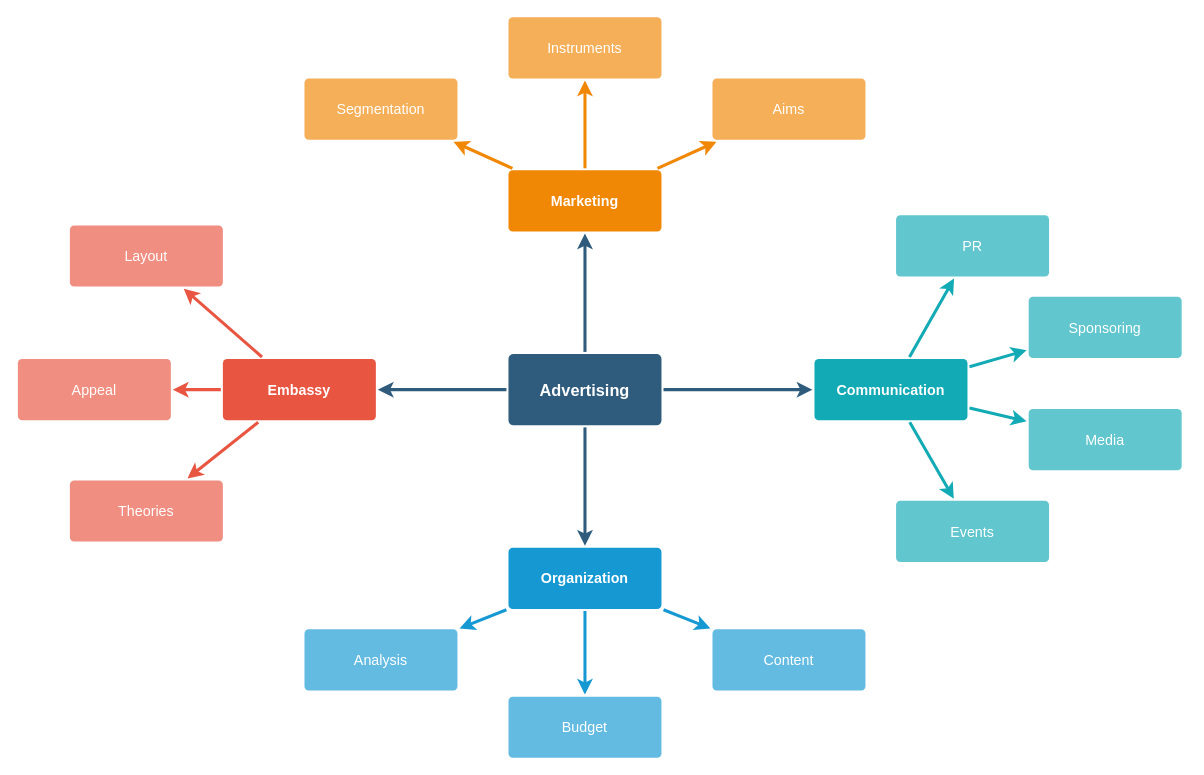
The draw.io diagram Biểu đồ không có tiêu đề.drawio in PanJr0109/PanJr0109, before the edit. Source tidied: cells renumbered, new cells numbered last; positions are measured from the earlier drawing's top-left corner, leaving out a move shared by most shapes. Both pictures are drawn from the tidied source at 102%, with x=0, y=0 at pixel (17, 16).
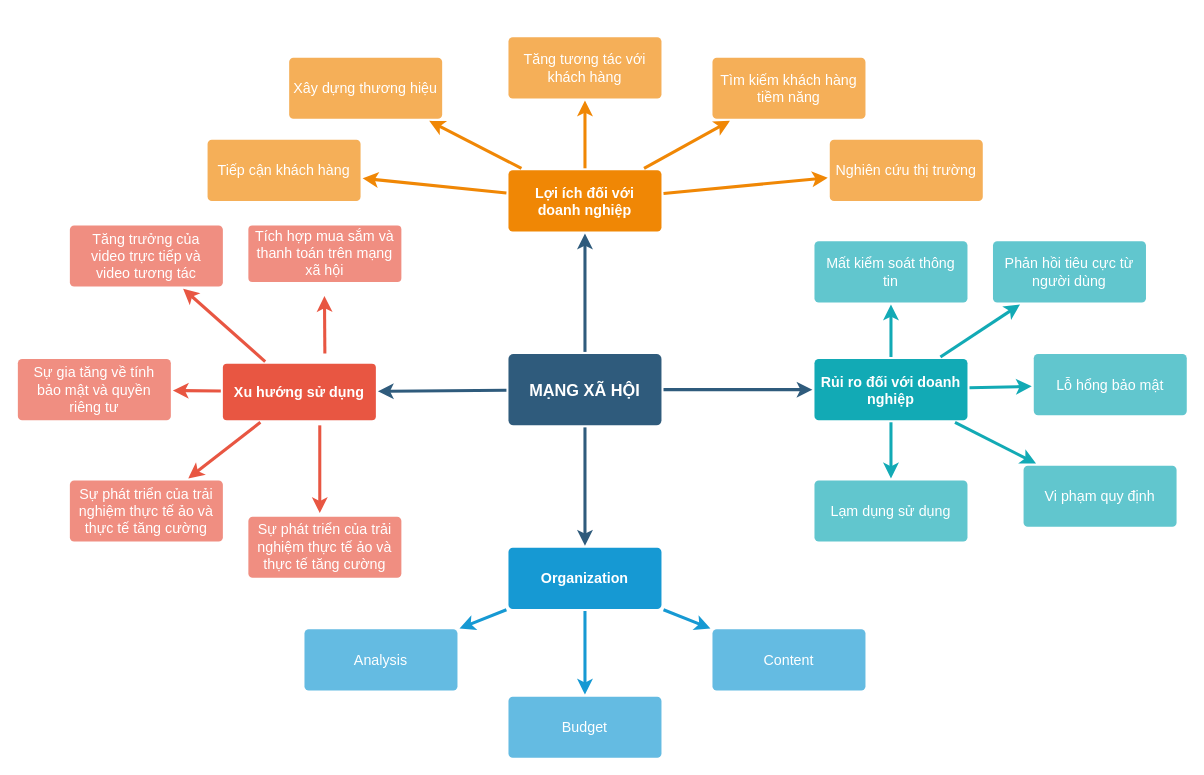
Above is the later version.

Commit message:
Cập nhật Biểu đồ không có tiêu đề.drawio

Change to the diagram source:
```diff
@@
-    <mxCell id="6" value="Advertising" style="rounded=1;whiteSpace=wrap;html=1;shadow=0;labelBackgroundColor=none;strokeColor=none;strokeWidth=3;fillColor=#2F5B7C;fontFamily=Helvetica;fontSize=16;fontColor=#FFFFFF;align=center;fontStyle=1;spacing=5;arcSize=7;perimeterSpacing=2;" parent="1" vertex="1">
+    <mxCell id="6" value="MẠNG XÃ HỘI" style="rounded=1;whiteSpace=wrap;html=1;shadow=0;labelBackgroundColor=none;strokeColor=none;strokeWidth=3;fillColor=#2F5B7C;fontFamily=Helvetica;fontSize=16;fontColor=#FFFFFF;align=center;fontStyle=1;spacing=5;arcSize=7;perimeterSpacing=2;" parent="1" vertex="1">
       <mxGeometry x="481" y="330.5" width="150" height="70" as="geometry" />
     </mxCell>
@@
-    <mxCell id="10" value="Embassy" style="rounded=1;whiteSpace=wrap;html=1;shadow=0;labelBackgroundColor=none;strokeColor=none;strokeWidth=3;fillColor=#e85642;fontFamily=Helvetica;fontSize=14;fontColor=#FFFFFF;align=center;spacing=5;fontStyle=1;arcSize=7;perimeterSpacing=2;" parent="1" vertex="1">
-      <mxGeometry x="201" y="335.5" width="150" height="60" as="geometry" />
+    <mxCell id="10" value="Xu hướng sử dụng" style="rounded=1;whiteSpace=wrap;html=1;shadow=0;labelBackgroundColor=none;strokeColor=none;strokeWidth=3;fillColor=#e85642;fontFamily=Helvetica;fontSize=14;fontColor=#FFFFFF;align=center;spacing=5;fontStyle=1;arcSize=7;perimeterSpacing=2;" parent="1" vertex="1">
+      <mxGeometry x="201" y="340" width="150" height="55.5" as="geometry" />
     </mxCell>
-    <mxCell id="11" value="Theories" style="rounded=1;whiteSpace=wrap;html=1;shadow=0;labelBackgroundColor=none;strokeColor=none;strokeWidth=3;fillColor=#f08e81;fontFamily=Helvetica;fontSize=14;fontColor=#FFFFFF;align=center;spacing=5;fontStyle=0;arcSize=7;perimeterSpacing=2;" parent="1" vertex="1">
+    <mxCell id="11" value="Sự phát triển của trải nghiệm thực tế ảo và thực tế tăng cường" style="rounded=1;whiteSpace=wrap;html=1;shadow=0;labelBackgroundColor=none;strokeColor=none;strokeWidth=3;fillColor=#f08e81;fontFamily=Helvetica;fontSize=14;fontColor=#FFFFFF;align=center;spacing=5;fontStyle=0;arcSize=7;perimeterSpacing=2;" parent="1" vertex="1">
       <mxGeometry x="51" y="454.5" width="150" height="60" as="geometry" />
     </mxCell>
-    <mxCell id="12" value="Appeal" style="rounded=1;whiteSpace=wrap;html=1;shadow=0;labelBackgroundColor=none;strokeColor=none;strokeWidth=3;fillColor=#f08e81;fontFamily=Helvetica;fontSize=14;fontColor=#FFFFFF;align=center;spacing=5;fontStyle=0;arcSize=7;perimeterSpacing=2;" parent="1" vertex="1">
+    <mxCell id="12" value="Sự gia tăng về tính bảo mật và quyền riêng tư" style="rounded=1;whiteSpace=wrap;html=1;shadow=0;labelBackgroundColor=none;strokeColor=none;strokeWidth=3;fillColor=#f08e81;fontFamily=Helvetica;fontSize=14;fontColor=#FFFFFF;align=center;spacing=5;fontStyle=0;arcSize=7;perimeterSpacing=2;" parent="1" vertex="1">
       <mxGeometry y="335.5" width="150" height="60" as="geometry" />
     </mxCell>
-    <mxCell id="13" value="Layout" style="rounded=1;whiteSpace=wrap;html=1;shadow=0;labelBackgroundColor=none;strokeColor=none;strokeWidth=3;fillColor=#f08e81;fontFamily=Helvetica;fontSize=14;fontColor=#FFFFFF;align=center;spacing=5;fontStyle=0;arcSize=7;perimeterSpacing=2;" parent="1" vertex="1">
+    <mxCell id="13" value="Tăng trưởng của video trực tiếp và video tương tác" style="rounded=1;whiteSpace=wrap;html=1;shadow=0;labelBackgroundColor=none;strokeColor=none;strokeWidth=3;fillColor=#f08e81;fontFamily=Helvetica;fontSize=14;fontColor=#FFFFFF;align=center;spacing=5;fontStyle=0;arcSize=7;perimeterSpacing=2;" parent="1" vertex="1">
       <mxGeometry x="51" y="204.5" width="150" height="60" as="geometry" />
     </mxCell>
@@
-    <mxCell id="21" value="Marketing" style="rounded=1;whiteSpace=wrap;html=1;shadow=0;labelBackgroundColor=none;strokeColor=none;strokeWidth=3;fillColor=#F08705;fontFamily=Helvetica;fontSize=14;fontColor=#FFFFFF;align=center;spacing=5;fontStyle=1;arcSize=7;perimeterSpacing=2;" parent="1" vertex="1">
+    <mxCell id="21" value="Lợi ích đối với doanh nghiệp" style="rounded=1;whiteSpace=wrap;html=1;shadow=0;labelBackgroundColor=none;strokeColor=none;strokeWidth=3;fillColor=#F08705;fontFamily=Helvetica;fontSize=14;fontColor=#FFFFFF;align=center;spacing=5;fontStyle=1;arcSize=7;perimeterSpacing=2;" parent="1" vertex="1">
       <mxGeometry x="481" y="150.5" width="150" height="60" as="geometry" />
     </mxCell>
-    <mxCell id="22" value="Aims&lt;br&gt;" style="rounded=1;whiteSpace=wrap;html=1;shadow=0;labelBackgroundColor=none;strokeColor=none;strokeWidth=3;fillColor=#f5af58;fontFamily=Helvetica;fontSize=14;fontColor=#FFFFFF;align=center;spacing=5;arcSize=7;perimeterSpacing=2;" parent="1" vertex="1">
-      <mxGeometry x="681" y="60.5" width="150" height="60" as="geometry" />
+    <mxCell id="22" value="Tìm kiếm khách hàng tiềm năng" style="rounded=1;whiteSpace=wrap;html=1;shadow=0;labelBackgroundColor=none;strokeColor=none;strokeWidth=3;fillColor=#f5af58;fontFamily=Helvetica;fontSize=14;fontColor=#FFFFFF;align=center;spacing=5;arcSize=7;perimeterSpacing=2;" parent="1" vertex="1">
+      <mxGeometry x="681" y="40" width="150" height="60" as="geometry" />
     </mxCell>
@@
-    <mxCell id="24" value="Instruments" style="rounded=1;whiteSpace=wrap;html=1;shadow=0;labelBackgroundColor=none;strokeColor=none;strokeWidth=3;fillColor=#f5af58;fontFamily=Helvetica;fontSize=14;fontColor=#FFFFFF;align=center;spacing=5;arcSize=7;perimeterSpacing=2;" parent="1" vertex="1">
-      <mxGeometry x="481" y="0.5" width="150" height="60" as="geometry" />
+    <mxCell id="24" value="Xây dựng thương hiệu" style="rounded=1;whiteSpace=wrap;html=1;shadow=0;labelBackgroundColor=none;strokeColor=none;strokeWidth=3;fillColor=#f5af58;fontFamily=Helvetica;fontSize=14;fontColor=#FFFFFF;align=center;spacing=5;arcSize=7;perimeterSpacing=2;" parent="1" vertex="1">
+      <mxGeometry x="266" y="40" width="150" height="60" as="geometry" />
     </mxCell>
@@
-    <mxCell id="26" value="Segmentation" style="rounded=1;whiteSpace=wrap;html=1;shadow=0;labelBackgroundColor=none;strokeColor=none;strokeWidth=3;fillColor=#f5af58;fontFamily=Helvetica;fontSize=14;fontColor=#FFFFFF;align=center;spacing=5;arcSize=7;perimeterSpacing=2;" parent="1" vertex="1">
-      <mxGeometry x="281" y="60.5" width="150" height="60" as="geometry" />
+    <mxCell id="26" value="Tiếp cận khách hàng" style="rounded=1;whiteSpace=wrap;html=1;shadow=0;labelBackgroundColor=none;strokeColor=none;strokeWidth=3;fillColor=#f5af58;fontFamily=Helvetica;fontSize=14;fontColor=#FFFFFF;align=center;spacing=5;arcSize=7;perimeterSpacing=2;" parent="1" vertex="1">
+      <mxGeometry x="186" y="120.5" width="150" height="60" as="geometry" />
     </mxCell>
@@
-    <mxCell id="28" value="Communication" style="rounded=1;whiteSpace=wrap;html=1;shadow=0;labelBackgroundColor=none;strokeColor=none;strokeWidth=3;fillColor=#12aab5;fontFamily=Helvetica;fontSize=14;fontColor=#FFFFFF;align=center;spacing=5;fontStyle=1;arcSize=7;perimeterSpacing=2;" parent="1" vertex="1">
+    <mxCell id="28" value="Rủi ro đối với doanh nghiệp" style="rounded=1;whiteSpace=wrap;html=1;shadow=0;labelBackgroundColor=none;strokeColor=none;strokeWidth=3;fillColor=#12aab5;fontFamily=Helvetica;fontSize=14;fontColor=#FFFFFF;align=center;spacing=5;fontStyle=1;arcSize=7;perimeterSpacing=2;" parent="1" vertex="1">
       <mxGeometry x="781" y="335.5" width="150" height="60" as="geometry" />
     </mxCell>
-    <mxCell id="29" value="Events" style="rounded=1;whiteSpace=wrap;html=1;shadow=0;labelBackgroundColor=none;strokeColor=none;strokeWidth=3;fillColor=#61c6ce;fontFamily=Helvetica;fontSize=14;fontColor=#FFFFFF;align=center;spacing=5;fontStyle=0;arcSize=7;perimeterSpacing=2;" parent="1" vertex="1">
-      <mxGeometry x="861" y="474.5" width="150" height="60" as="geometry" />
+    <mxCell id="29" value="Lạm dụng sử dụng" style="rounded=1;whiteSpace=wrap;html=1;shadow=0;labelBackgroundColor=none;strokeColor=none;strokeWidth=3;fillColor=#61c6ce;fontFamily=Helvetica;fontSize=14;fontColor=#FFFFFF;align=center;spacing=5;fontStyle=0;arcSize=7;perimeterSpacing=2;" parent="1" vertex="1">
+      <mxGeometry x="781" y="454.5" width="150" height="60" as="geometry" />
     </mxCell>
@@
-    <mxCell id="31" value="Media" style="rounded=1;whiteSpace=wrap;html=1;shadow=0;labelBackgroundColor=none;strokeColor=none;strokeWidth=3;fillColor=#61c6ce;fontFamily=Helvetica;fontSize=14;fontColor=#FFFFFF;align=center;spacing=5;fontStyle=0;arcSize=7;perimeterSpacing=2;" parent="1" vertex="1">
-      <mxGeometry x="991" y="384.5" width="150" height="60" as="geometry" />
+    <mxCell id="31" value="Lỗ hổng bảo mật" style="rounded=1;whiteSpace=wrap;html=1;shadow=0;labelBackgroundColor=none;strokeColor=none;strokeWidth=3;fillColor=#61c6ce;fontFamily=Helvetica;fontSize=14;fontColor=#FFFFFF;align=center;spacing=5;fontStyle=0;arcSize=7;perimeterSpacing=2;" parent="1" vertex="1">
+      <mxGeometry x="996" y="330.5" width="150" height="60" as="geometry" />
     </mxCell>
@@
-    <mxCell id="33" value="Sponsoring" style="rounded=1;whiteSpace=wrap;html=1;shadow=0;labelBackgroundColor=none;strokeColor=none;strokeWidth=3;fillColor=#61c6ce;fontFamily=Helvetica;fontSize=14;fontColor=#FFFFFF;align=center;spacing=5;fontStyle=0;arcSize=7;perimeterSpacing=2;" parent="1" vertex="1">
-      <mxGeometry x="991" y="274.5" width="150" height="60" as="geometry" />
+    <mxCell id="33" value="Phản hồi tiêu cực từ người dùng" style="rounded=1;whiteSpace=wrap;html=1;shadow=0;labelBackgroundColor=none;strokeColor=none;strokeWidth=3;fillColor=#61c6ce;fontFamily=Helvetica;fontSize=14;fontColor=#FFFFFF;align=center;spacing=5;fontStyle=0;arcSize=7;perimeterSpacing=2;" parent="1" vertex="1">
+      <mxGeometry x="956" y="220" width="150" height="60" as="geometry" />
     </mxCell>
@@
-    <mxCell id="35" value="PR" style="rounded=1;whiteSpace=wrap;html=1;shadow=0;labelBackgroundColor=none;strokeColor=none;strokeWidth=3;fillColor=#61c6ce;fontFamily=Helvetica;fontSize=14;fontColor=#FFFFFF;align=center;spacing=5;fontStyle=0;arcSize=7;perimeterSpacing=2;" parent="1" vertex="1">
-      <mxGeometry x="861" y="194.5" width="150" height="60" as="geometry" />
+    <mxCell id="35" value="Mất kiểm soát thông tin" style="rounded=1;whiteSpace=wrap;html=1;shadow=0;labelBackgroundColor=none;strokeColor=none;strokeWidth=3;fillColor=#61c6ce;fontFamily=Helvetica;fontSize=14;fontColor=#FFFFFF;align=center;spacing=5;fontStyle=0;arcSize=7;perimeterSpacing=2;" parent="1" vertex="1">
+      <mxGeometry x="781" y="220" width="150" height="60" as="geometry" />
     </mxCell>
@@
+    <mxCell id="37" value="Sự phát triển của trải nghiệm thực tế ảo và thực tế tăng cường" style="rounded=1;whiteSpace=wrap;html=1;shadow=0;labelBackgroundColor=none;strokeColor=none;strokeWidth=3;fillColor=#f08e81;fontFamily=Helvetica;fontSize=14;fontColor=#FFFFFF;align=center;spacing=5;fontStyle=0;arcSize=7;perimeterSpacing=2;" parent="1" vertex="1">
+      <mxGeometry x="226" y="490" width="150" height="60" as="geometry" />
+    </mxCell>
+    <mxCell id="38" style="edgeStyle=none;rounded=1;jumpStyle=none;html=1;shadow=0;labelBackgroundColor=none;startArrow=none;startFill=0;jettySize=auto;orthogonalLoop=1;strokeColor=#E85642;strokeWidth=3;fontFamily=Helvetica;fontSize=14;fontColor=#FFFFFF;spacing=5;fontStyle=1;fillColor=#b0e3e6;" parent="1" edge="1">
+      <mxGeometry relative="1" as="geometry">
+        <mxPoint x="296" y="400.5" as="sourcePoint" />
+        <mxPoint x="296" y="486.5" as="targetPoint" />
+      </mxGeometry>
+    </mxCell>
+    <mxCell id="39" value="Tích hợp mua sắm và thanh toán trên mạng xã hội" style="rounded=1;whiteSpace=wrap;html=1;shadow=0;labelBackgroundColor=none;strokeColor=none;strokeWidth=3;fillColor=#f08e81;fontFamily=Helvetica;fontSize=14;fontColor=#FFFFFF;align=center;spacing=5;fontStyle=0;arcSize=7;perimeterSpacing=2;" parent="1" vertex="1">
+      <mxGeometry x="226" y="204.5" width="150" height="55.5" as="geometry" />
+    </mxCell>
+    <mxCell id="40" style="edgeStyle=none;rounded=1;jumpStyle=none;html=1;shadow=0;labelBackgroundColor=none;startArrow=none;startFill=0;jettySize=auto;orthogonalLoop=1;strokeColor=#E85642;strokeWidth=3;fontFamily=Helvetica;fontSize=14;fontColor=#FFFFFF;spacing=5;fontStyle=1;fillColor=#b0e3e6;" parent="1" edge="1">
+      <mxGeometry relative="1" as="geometry">
+        <mxPoint x="301" y="330" as="sourcePoint" />
+        <mxPoint x="300.6" y="273.8" as="targetPoint" />
+      </mxGeometry>
+    </mxCell>
+    <mxCell id="41" value="Tăng tương tác với khách hàng" style="rounded=1;whiteSpace=wrap;html=1;shadow=0;labelBackgroundColor=none;strokeColor=none;strokeWidth=3;fillColor=#f5af58;fontFamily=Helvetica;fontSize=14;fontColor=#FFFFFF;align=center;spacing=5;arcSize=7;perimeterSpacing=2;" parent="1" vertex="1">
+      <mxGeometry x="481" y="20" width="150" height="60" as="geometry" />
+    </mxCell>
+    <mxCell id="42" style="edgeStyle=none;rounded=0;jumpStyle=none;html=1;shadow=0;labelBackgroundColor=none;startArrow=none;startFill=0;endArrow=classic;endFill=1;jettySize=auto;strokeColor=#F08705;strokeWidth=3;fontFamily=Helvetica;fontSize=14;fontColor=#FFFFFF;spacing=5;exitX=0.5;exitY=0;exitDx=0;exitDy=0;" parent="1" edge="1" source="21" target="41">
+      <mxGeometry relative="1" as="geometry" />
+    </mxCell>
+    <mxCell id="43" value="Nghiên cứu thị trường" style="rounded=1;whiteSpace=wrap;html=1;shadow=0;labelBackgroundColor=none;strokeColor=none;strokeWidth=3;fillColor=#f5af58;fontFamily=Helvetica;fontSize=14;fontColor=#FFFFFF;align=center;spacing=5;arcSize=7;perimeterSpacing=2;" parent="1" vertex="1">
+      <mxGeometry x="796" y="120.5" width="150" height="60" as="geometry" />
+    </mxCell>
+    <mxCell id="44" style="edgeStyle=none;rounded=0;jumpStyle=none;html=1;shadow=0;labelBackgroundColor=none;startArrow=none;startFill=0;endArrow=classic;endFill=1;jettySize=auto;strokeColor=#F08705;strokeWidth=3;fontFamily=Helvetica;fontSize=14;fontColor=#FFFFFF;spacing=5;" parent="1" edge="1" source="21" target="43">
+      <mxGeometry relative="1" as="geometry" />
+    </mxCell>
+    <mxCell id="45" value="Vi phạm quy định" style="rounded=1;whiteSpace=wrap;html=1;shadow=0;labelBackgroundColor=none;strokeColor=none;strokeWidth=3;fillColor=#61c6ce;fontFamily=Helvetica;fontSize=14;fontColor=#FFFFFF;align=center;spacing=5;fontStyle=0;arcSize=7;perimeterSpacing=2;" parent="1" vertex="1">
+      <mxGeometry x="986" y="440" width="150" height="60" as="geometry" />
+    </mxCell>
+    <mxCell id="46" style="edgeStyle=none;rounded=1;jumpStyle=none;html=1;shadow=0;labelBackgroundColor=none;startArrow=none;startFill=0;jettySize=auto;strokeColor=#12AAB5;strokeWidth=3;fontFamily=Helvetica;fontSize=14;fontColor=#FFFFFF;spacing=5;fontStyle=1;fillColor=#b0e3e6;" parent="1" edge="1" source="28" target="45">
+      <mxGeometry relative="1" as="geometry" />
+    </mxCell>
```
